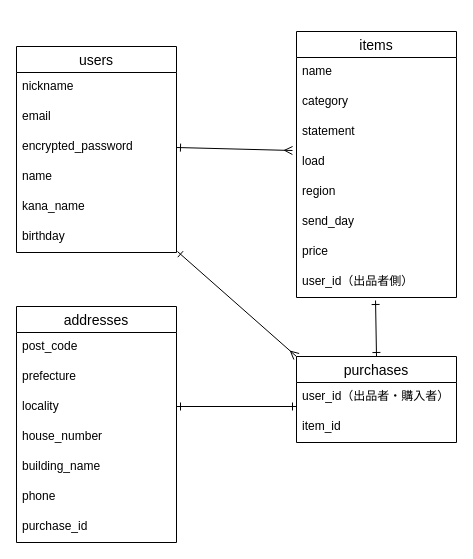
Rei-envy/furima-39366 keeps this draw.io diagram as er.dio. Above is the earlier version. Source tidied: cells renumbered, new cells numbered last; positions are measured from the earlier drawing's top-left corner, leaving out a move shared by most shapes. Both pictures are drawn from the tidied source at 100%, with x=0, y=0 at pixel (16, 31).
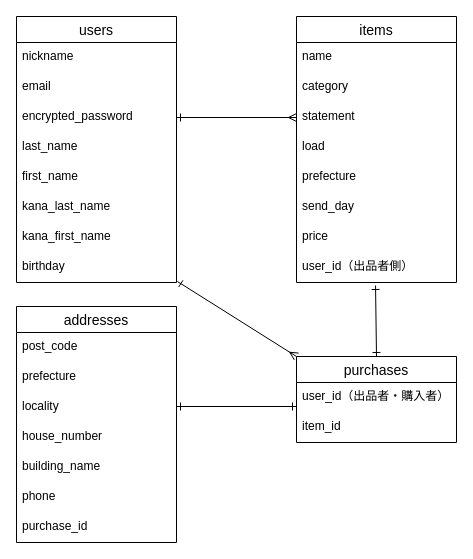
The same diagram, later.

Commit message (it also covers changes not shown here):
データベース設計の修正3

The change refers to these unchanged cells:
```xml
<mxCell id="5" value="encrypted_password" style="text;strokeColor=none;fillColor=none;spacingLeft=4;spacingRight=4;overflow=hidden;points=[[0,0.5],[1,0.5]];portConstraint=eastwest;fontSize=12;" parent="2" vertex="1">
  <mxGeometry y="86" width="160" height="30" as="geometry" />
</mxCell>
<mxCell id="12" value="statement" style="text;strokeColor=none;fillColor=none;spacingLeft=4;spacingRight=4;overflow=hidden;points=[[0,0.5],[1,0.5]];portConstraint=eastwest;fontSize=12;" parent="9" vertex="1">
  <mxGeometry y="86" width="160" height="30" as="geometry" />
</mxCell>
<mxCell id="13" value="load" style="text;strokeColor=none;fillColor=none;spacingLeft=4;spacingRight=4;overflow=hidden;points=[[0,0.5],[1,0.5]];portConstraint=eastwest;fontSize=12;" parent="9" vertex="1">
  <mxGeometry y="116" width="160" height="30" as="geometry" />
</mxCell>
```

What changed in the source:
```diff
@@
     <mxCell id="2" value="users" style="swimlane;fontStyle=0;horizontal=1;startSize=26;align=center;fontSize=14;" parent="1" vertex="1">
-      <mxGeometry y="15" width="160" height="206" as="geometry" />
+      <mxGeometry y="-15" width="160" height="266" as="geometry" />
     </mxCell>
@@
-    <mxCell id="6" value="name" style="text;strokeColor=none;fillColor=none;spacingLeft=4;spacingRight=4;overflow=hidden;fontSize=12;" parent="2" vertex="1">
+    <mxCell id="6" value="last_name" style="text;strokeColor=none;fillColor=none;spacingLeft=4;spacingRight=4;overflow=hidden;fontSize=12;" parent="2" vertex="1">
       <mxGeometry y="116" width="160" height="30" as="geometry" />
     </mxCell>
+    <mxCell id="33" value="first_name" style="text;strokeColor=none;fillColor=none;spacingLeft=4;spacingRight=4;overflow=hidden;fontSize=12;" parent="2" vertex="1">
+      <mxGeometry y="146" width="160" height="30" as="geometry" />
+    </mxCell>
-    <mxCell id="7" value="kana_name" style="text;strokeColor=none;fillColor=none;spacingLeft=4;spacingRight=4;overflow=hidden;fontSize=12;" parent="2" vertex="1">
-      <mxGeometry y="146" width="160" height="30" as="geometry" />
+    <mxCell id="7" value="kana_last_name" style="text;strokeColor=none;fillColor=none;spacingLeft=4;spacingRight=4;overflow=hidden;fontSize=12;" parent="2" vertex="1">
+      <mxGeometry y="176" width="160" height="30" as="geometry" />
     </mxCell>
+    <mxCell id="34" value="kana_first_name" style="text;strokeColor=none;fillColor=none;spacingLeft=4;spacingRight=4;overflow=hidden;fontSize=12;" parent="2" vertex="1">
+      <mxGeometry y="206" width="160" height="30" as="geometry" />
+    </mxCell>
     <mxCell id="8" value="birthday&#10;" style="text;strokeColor=none;fillColor=none;spacingLeft=4;spacingRight=4;overflow=hidden;points=[[0,0.5],[1,0.5]];portConstraint=eastwest;fontSize=12;" parent="2" vertex="1">
-      <mxGeometry y="176" width="160" height="30" as="geometry" />
+      <mxGeometry y="236" width="160" height="30" as="geometry" />
     </mxCell>
     <mxCell id="9" value="items" style="swimlane;fontStyle=0;horizontal=1;startSize=26;align=center;fontSize=14;" parent="1" vertex="1">
-      <mxGeometry x="280" width="160" height="266" as="geometry" />
+      <mxGeometry x="280" y="-15" width="160" height="266" as="geometry" />
     </mxCell>
@@
-    <mxCell id="14" value="region" style="text;strokeColor=none;fillColor=none;spacingLeft=4;spacingRight=4;overflow=hidden;fontSize=12;" parent="9" vertex="1">
+    <mxCell id="14" value="prefecture" style="text;strokeColor=none;fillColor=none;spacingLeft=4;spacingRight=4;overflow=hidden;fontSize=12;" parent="9" vertex="1">
       <mxGeometry y="146" width="160" height="30" as="geometry" />
     </mxCell>
@@
-    <mxCell id="29" style="html=1;entryX=-0.025;entryY=0.1;entryDx=0;entryDy=0;horizontal=1;endArrow=ERmany;endFill=0;startArrow=ERone;startFill=0;exitX=1;exitY=0.5;exitDx=0;exitDy=0;entryPerimeter=0;" parent="1" edge="1" source="5" target="13">
+    <mxCell id="29" style="html=1;entryX=0;entryY=0.5;entryDx=0;entryDy=0;horizontal=1;endArrow=ERmany;endFill=0;startArrow=ERone;startFill=0;exitX=1;exitY=0.5;exitDx=0;exitDy=0;" parent="1" edge="1" source="5" target="12">
       <mxGeometry relative="1" as="geometry" />
     </mxCell>
```
